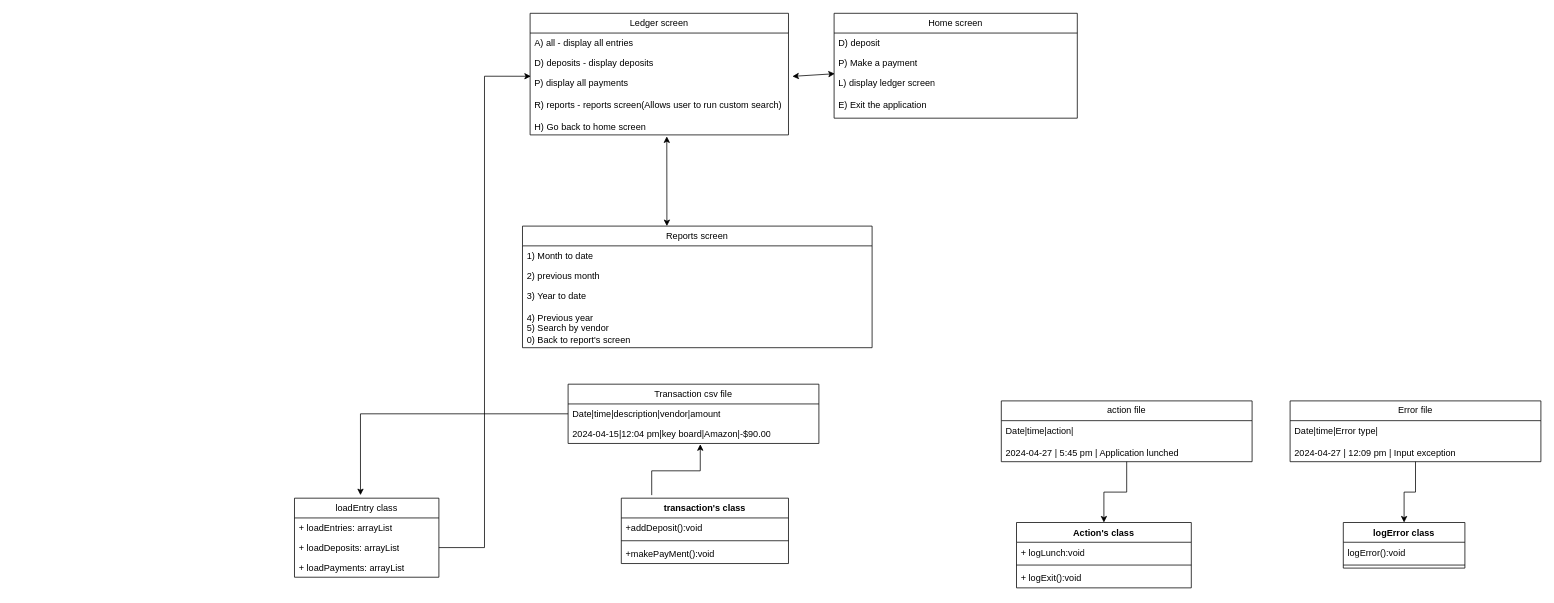
Above: project-digram.drawio in fahd209/capstone-1 (draw.io), before the change. Source tidied: cells renumbered, new cells numbered last; positions are measured from the earlier drawing's top-left corner, leaving out a move shared by most shapes. Both pictures are drawn from the tidied source at 76%, with x=0, y=0 at pixel (294, 13).
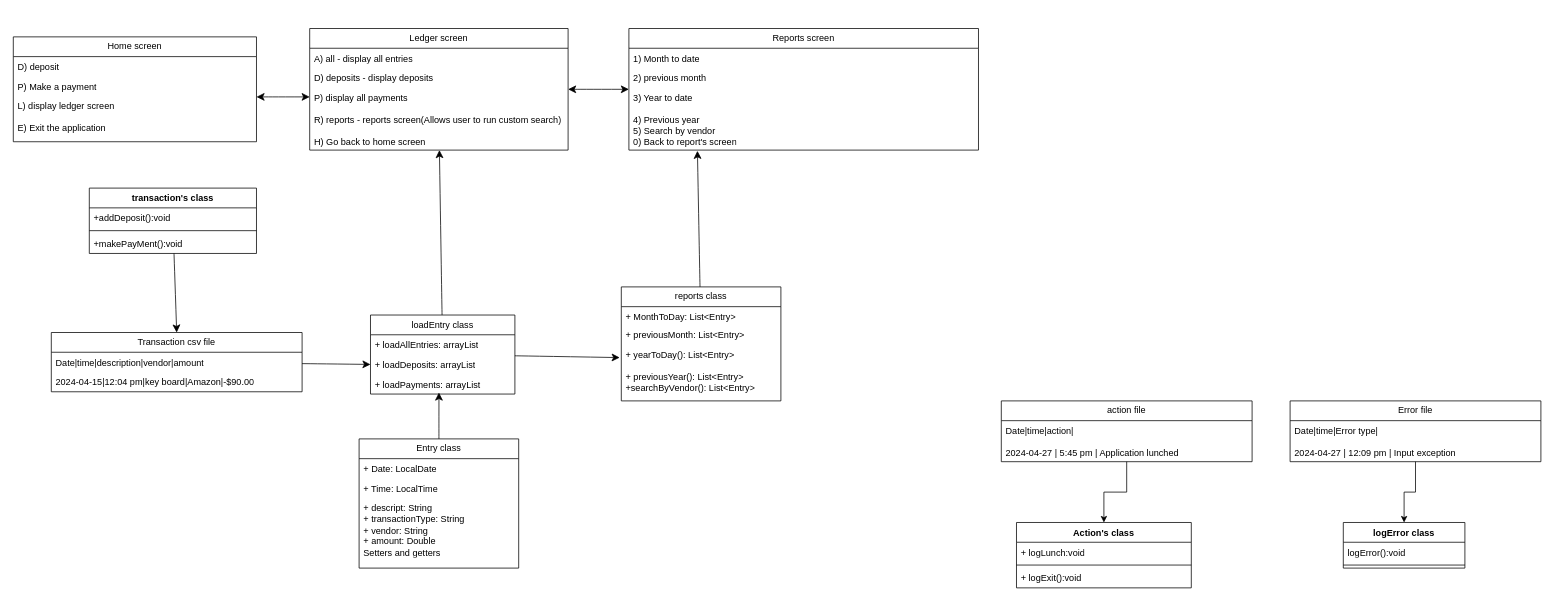
After the change.

Unchanged cells that the change refers to:
```xml
<mxCell id="4" value="Date|time|description|vendor|amount" style="text;strokeColor=none;fillColor=none;align=left;verticalAlign=top;spacingLeft=4;spacingRight=4;overflow=hidden;points=[[0,0.5],[1,0.5]];portConstraint=eastwest;whiteSpace=wrap;html=1;" parent="3" vertex="1">
  <mxGeometry y="26" width="330" height="26" as="geometry" />
</mxCell>
<mxCell id="5" value="2024-04-15|12:04 pm|key board|Amazon|-$90.00" style="text;strokeColor=none;fillColor=none;align=left;verticalAlign=top;spacingLeft=4;spacingRight=4;overflow=hidden;points=[[0,0.5],[1,0.5]];portConstraint=eastwest;whiteSpace=wrap;html=1;" parent="3" vertex="1">
  <mxGeometry y="52" width="330" height="26" as="geometry" />
</mxCell>
<mxCell id="12" value="L) display ledger screen&lt;div&gt;&lt;br&gt;&lt;div&gt;E) Exit the application&lt;/div&gt;&lt;/div&gt;" style="text;strokeColor=none;fillColor=none;align=left;verticalAlign=top;spacingLeft=4;spacingRight=4;overflow=hidden;points=[[0,0.5],[1,0.5]];portConstraint=eastwest;whiteSpace=wrap;html=1;" parent="9" vertex="1">
  <mxGeometry y="78" width="320" height="60" as="geometry" />
</mxCell>
<mxCell id="16" value="&lt;div&gt;P) display all payments&lt;/div&gt;&lt;div&gt;&lt;br&gt;&lt;div&gt;R) reports - reports screen(Allows user to run custom search)&lt;/div&gt;&lt;/div&gt;&lt;div&gt;&lt;br&gt;&lt;/div&gt;&lt;div&gt;H) Go back to home screen&lt;/div&gt;&lt;div&gt;&lt;br&gt;&lt;/div&gt;&lt;div&gt;&lt;br&gt;&lt;/div&gt;" style="text;strokeColor=none;fillColor=none;align=left;verticalAlign=top;spacingLeft=4;spacingRight=4;overflow=hidden;points=[[0,0.5],[1,0.5]];portConstraint=eastwest;whiteSpace=wrap;html=1;" parent="13" vertex="1">
  <mxGeometry y="78" width="340" height="82" as="geometry" />
</mxCell>
<mxCell id="21" value="&lt;div&gt;3) Year to date&lt;/div&gt;&lt;div&gt;&lt;br&gt;&lt;/div&gt;&lt;div&gt;&lt;div&gt;4) Previous year&lt;/div&gt;&lt;/div&gt;&lt;div&gt;5) Search by vendor&lt;/div&gt;&lt;div&gt;0) Back to report's screen&lt;/div&gt;&lt;div&gt;&lt;br&gt;&lt;/div&gt;" style="text;strokeColor=none;fillColor=none;align=left;verticalAlign=top;spacingLeft=4;spacingRight=4;overflow=hidden;points=[[0,0.5],[1,0.5]];portConstraint=eastwest;whiteSpace=wrap;html=1;" parent="18" vertex="1">
  <mxGeometry y="78" width="460" height="82" as="geometry" />
</mxCell>
<mxCell id="39" value="+ loadDeposits: arrayList" style="text;strokeColor=none;fillColor=none;align=left;verticalAlign=top;spacingLeft=4;spacingRight=4;overflow=hidden;points=[[0,0.5],[1,0.5]];portConstraint=eastwest;whiteSpace=wrap;html=1;" parent="37" vertex="1">
  <mxGeometry y="52" width="190" height="26" as="geometry" />
</mxCell>
<mxCell id="40" value="+ loadPayments: arrayList" style="text;strokeColor=none;fillColor=none;align=left;verticalAlign=top;spacingLeft=4;spacingRight=4;overflow=hidden;points=[[0,0.5],[1,0.5]];portConstraint=eastwest;whiteSpace=wrap;html=1;" parent="37" vertex="1">
  <mxGeometry y="78" width="190" height="26" as="geometry" />
</mxCell>
```

What changed in the source:
```diff
@@
-    <mxCell id="2" style="edgeStyle=orthogonalEdgeStyle;rounded=0;jettySize=auto;html=1;exitX=0.182;exitY=-0.047;exitDx=0;exitDy=0;exitPerimeter=0;entryX=0.527;entryY=1.038;entryDx=0;entryDy=0;entryPerimeter=0;" parent="1" edge="1" source="23" target="5">
-      <mxGeometry relative="1" as="geometry" />
-    </mxCell>
+    <mxCell id="43" style="edgeStyle=none;curved=1;rounded=0;jettySize=auto;html=1;entryX=0;entryY=0.5;entryDx=0;entryDy=0;fontSize=12;startSize=8;endSize=8;" parent="1" edge="1" source="3" target="39">
+      <mxGeometry relative="1" as="geometry" />
+    </mxCell>
     <mxCell id="3" value="Transaction csv file" style="swimlane;fontStyle=0;horizontal=1;startSize=26;fillColor=none;whiteSpace=wrap;html=1;" parent="1" vertex="1">
-      <mxGeometry x="360" y="488" width="330" height="78" as="geometry" />
+      <mxGeometry x="-320" y="420" width="330" height="78" as="geometry" />
     </mxCell>
@@
     <mxCell id="9" value="Home screen" style="swimlane;fontStyle=0;horizontal=1;startSize=26;fillColor=none;whiteSpace=wrap;html=1;" parent="1" vertex="1">
-      <mxGeometry x="710" width="320" height="138" as="geometry" />
+      <mxGeometry x="-370" y="31" width="320" height="138" as="geometry" />
     </mxCell>
@@
     <mxCell id="13" value="Ledger screen" style="swimlane;fontStyle=0;horizontal=1;startSize=26;fillColor=none;whiteSpace=wrap;html=1;" parent="1" vertex="1">
-      <mxGeometry x="310" width="340" height="160" as="geometry" />
+      <mxGeometry x="20" y="20" width="340" height="160" as="geometry" />
     </mxCell>
@@
-    <mxCell id="17" style="endArrow=classic;startArrow=classic;html=1;rounded=0;entryX=0.529;entryY=1.024;entryDx=0;entryDy=0;entryPerimeter=0;" parent="1" edge="1" target="16">
-      <mxGeometry relative="1" as="geometry">
-        <mxPoint x="490" y="280" as="sourcePoint" />
-      </mxGeometry>
-    </mxCell>
     <mxCell id="18" value="Reports screen" style="swimlane;fontStyle=0;horizontal=1;startSize=26;fillColor=none;whiteSpace=wrap;html=1;" parent="1" vertex="1">
-      <mxGeometry x="300" y="280" width="460" height="160" as="geometry" />
+      <mxGeometry x="440" y="20" width="460" height="160" as="geometry" />
     </mxCell>
@@
-    <mxCell id="22" style="endArrow=classic;startArrow=classic;html=1;rounded=0;entryX=0.003;entryY=0.025;entryDx=0;entryDy=0;entryPerimeter=0;exitX=1.015;exitY=0.061;exitDx=0;exitDy=0;exitPerimeter=0;" parent="1" edge="1" source="16" target="12">
-      <mxGeometry relative="1" as="geometry" />
-    </mxCell>
+    <mxCell id="44" style="edgeStyle=none;curved=1;rounded=0;jettySize=auto;html=1;entryX=0.5;entryY=0;entryDx=0;entryDy=0;fontSize=12;startSize=8;endSize=8;" parent="1" edge="1" source="23" target="3">
+      <mxGeometry relative="1" as="geometry" />
+    </mxCell>
     <mxCell id="23" value="transaction's class" style="swimlane;fontStyle=1;align=center;verticalAlign=top;horizontal=1;startSize=26;whiteSpace=wrap;html=1;" parent="1" vertex="1">
-      <mxGeometry x="430" y="638" width="220" height="86" as="geometry" />
+      <mxGeometry x="-270" y="230" width="220" height="86" as="geometry" />
     </mxCell>
@@
     <mxCell id="37" value="loadEntry class" style="swimlane;fontStyle=0;horizontal=1;startSize=26;fillColor=none;whiteSpace=wrap;html=1;" parent="1" vertex="1">
-      <mxGeometry y="638" width="190" height="104" as="geometry" />
+      <mxGeometry x="100" y="397" width="190" height="104" as="geometry" />
     </mxCell>
-    <mxCell id="38" value="+ loadEntries&lt;span style=&quot;background-color: initial;&quot;&gt;: arrayList&lt;/span&gt;" style="text;strokeColor=none;fillColor=none;align=left;verticalAlign=top;spacingLeft=4;spacingRight=4;overflow=hidden;whiteSpace=wrap;html=1;" parent="37" vertex="1">
+    <mxCell id="38" value="+ loadAllEntries&lt;span style=&quot;background-color: initial;&quot;&gt;: arrayList&lt;/span&gt;" style="text;strokeColor=none;fillColor=none;align=left;verticalAlign=top;spacingLeft=4;spacingRight=4;overflow=hidden;whiteSpace=wrap;html=1;" parent="37" vertex="1">
       <mxGeometry y="26" width="190" height="26" as="geometry" />
     </mxCell>
@@
-    <mxCell id="41" style="edgeStyle=orthogonalEdgeStyle;rounded=0;jettySize=auto;html=1;entryX=0.457;entryY=-0.038;entryDx=0;entryDy=0;entryPerimeter=0;" parent="1" edge="1" source="4" target="37">
-      <mxGeometry relative="1" as="geometry" />
-    </mxCell>
-    <mxCell id="42" style="edgeStyle=orthogonalEdgeStyle;rounded=0;jettySize=auto;html=1;entryX=0.003;entryY=0.059;entryDx=0;entryDy=0;entryPerimeter=0;" parent="1" edge="1" source="39" target="16">
-      <mxGeometry relative="1" as="geometry" />
-    </mxCell>
+    <mxCell id="45" value="reports class" style="swimlane;fontStyle=0;horizontal=1;startSize=26;fillColor=none;whiteSpace=wrap;html=1;" parent="1" vertex="1">
+      <mxGeometry x="430" y="360" width="210" height="150" as="geometry" />
+    </mxCell>
+    <mxCell id="46" value="+ MonthToDay: List&amp;lt;Entry&amp;gt;" style="text;strokeColor=none;fillColor=none;align=left;verticalAlign=top;spacingLeft=4;spacingRight=4;overflow=hidden;whiteSpace=wrap;html=1;" parent="45" vertex="1">
+      <mxGeometry y="26" width="210" height="24" as="geometry" />
+    </mxCell>
+    <mxCell id="47" value="+ previousMonth: List&amp;lt;Entry&amp;gt;" style="text;strokeColor=none;fillColor=none;align=left;verticalAlign=top;spacingLeft=4;spacingRight=4;overflow=hidden;whiteSpace=wrap;html=1;" parent="45" vertex="1">
+      <mxGeometry y="50" width="210" height="26" as="geometry" />
+    </mxCell>
+    <mxCell id="48" value="+ yearToDay(): List&amp;lt;Entry&amp;gt;&lt;div&gt;&lt;br&gt;&lt;div&gt;+ previousYear(): List&amp;lt;Entry&amp;gt;&lt;/div&gt;&lt;/div&gt;&lt;div&gt;+searchByVendor(): List&amp;lt;Entry&amp;gt;&lt;/div&gt;&lt;div&gt;&lt;br&gt;&lt;/div&gt;" style="text;strokeColor=none;fillColor=none;align=left;verticalAlign=top;spacingLeft=4;spacingRight=4;overflow=hidden;points=[[0,0.5],[1,0.5]];portConstraint=eastwest;whiteSpace=wrap;html=1;" parent="45" vertex="1">
+      <mxGeometry y="76" width="210" height="74" as="geometry" />
+    </mxCell>
+    <mxCell id="49" value="Entry class" style="swimlane;fontStyle=0;horizontal=1;startSize=26;fillColor=none;whiteSpace=wrap;html=1;" parent="1" vertex="1">
+      <mxGeometry x="85" y="560" width="210" height="170" as="geometry" />
+    </mxCell>
+    <mxCell id="50" value="+ Date: LocalDate" style="text;strokeColor=none;fillColor=none;align=left;verticalAlign=top;spacingLeft=4;spacingRight=4;overflow=hidden;whiteSpace=wrap;html=1;" parent="49" vertex="1">
+      <mxGeometry y="26" width="210" height="26" as="geometry" />
+    </mxCell>
+    <mxCell id="51" value="+ Time: LocalTime" style="text;strokeColor=none;fillColor=none;align=left;verticalAlign=top;spacingLeft=4;spacingRight=4;overflow=hidden;whiteSpace=wrap;html=1;" parent="49" vertex="1">
+      <mxGeometry y="52" width="210" height="26" as="geometry" />
+    </mxCell>
+    <mxCell id="52" value="+ descript: String&lt;div&gt;+ transactionType: String&amp;nbsp;&lt;/div&gt;&lt;div&gt;+ vendor: String&lt;/div&gt;&lt;div&gt;+ amount: Double&lt;/div&gt;&lt;div&gt;Setters and getters&lt;/div&gt;" style="text;strokeColor=none;fillColor=none;align=left;verticalAlign=top;spacingLeft=4;spacingRight=4;overflow=hidden;whiteSpace=wrap;html=1;" parent="49" vertex="1">
+      <mxGeometry y="78" width="210" height="92" as="geometry" />
+    </mxCell>
+    <mxCell id="53" style="endArrow=classic;startArrow=classic;html=1;rounded=0;fontSize=12;startSize=8;endSize=8;curved=1;" parent="1" edge="1">
+      <mxGeometry relative="1" as="geometry">
+        <mxPoint x="-50" y="110" as="sourcePoint" />
+        <mxPoint x="20" y="110" as="targetPoint" />
+      </mxGeometry>
+    </mxCell>
+    <mxCell id="54" style="endArrow=classic;startArrow=classic;html=1;rounded=0;fontSize=12;startSize=8;endSize=8;curved=1;" parent="1" edge="1">
+      <mxGeometry relative="1" as="geometry">
+        <mxPoint x="360" y="100" as="sourcePoint" />
+        <mxPoint x="440" y="100" as="targetPoint" />
+      </mxGeometry>
+    </mxCell>
+    <mxCell id="55" style="edgeStyle=none;curved=1;rounded=0;jettySize=auto;html=1;fontSize=12;startSize=8;endSize=8;" parent="1" edge="1" source="37" target="16">
+      <mxGeometry relative="1" as="geometry" />
+    </mxCell>
+    <mxCell id="56" style="edgeStyle=none;curved=1;rounded=0;jettySize=auto;html=1;entryX=-0.01;entryY=0.23;entryDx=0;entryDy=0;entryPerimeter=0;fontSize=12;startSize=8;endSize=8;" parent="1" edge="1" source="37" target="48">
+      <mxGeometry relative="1" as="geometry" />
+    </mxCell>
+    <mxCell id="57" style="edgeStyle=none;curved=1;rounded=0;jettySize=auto;html=1;entryX=0.196;entryY=1.012;entryDx=0;entryDy=0;entryPerimeter=0;fontSize=12;startSize=8;endSize=8;" parent="1" edge="1" source="45" target="21">
+      <mxGeometry relative="1" as="geometry" />
+    </mxCell>
+    <mxCell id="58" style="edgeStyle=none;curved=1;rounded=0;jettySize=auto;html=1;entryX=0.474;entryY=0.923;entryDx=0;entryDy=0;entryPerimeter=0;fontSize=12;startSize=8;endSize=8;" parent="1" edge="1" source="49" target="40">
+      <mxGeometry relative="1" as="geometry" />
+    </mxCell>
```
